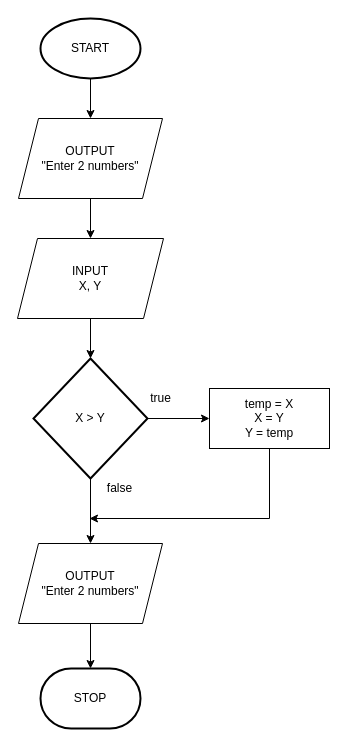
Earlier version of the draw.io diagram diagrams/exercise-9.drawio (aburke15/documentation). Source tidied: cells renumbered, new cells numbered last; positions are measured from the earlier drawing's top-left corner, leaving out a move shared by most shapes. Both pictures are drawn from the tidied source at 100%, with x=0, y=0 at pixel (17, 18).
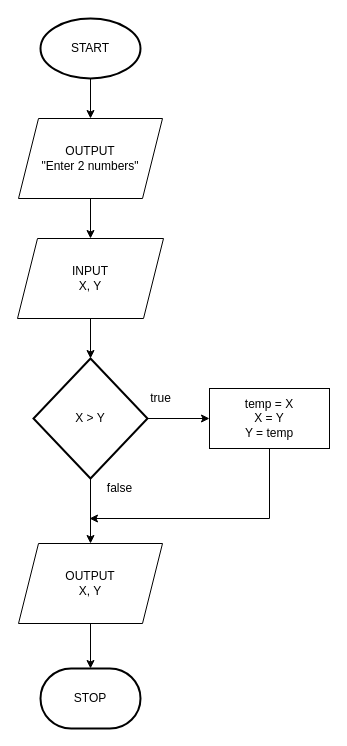
The same diagram, later.

What changed in the source:
```diff
@@
 <mxGraphModel>
   <root>
     <mxCell id="0" />
     <mxCell id="1" parent="0" />
     <mxCell id="2" style="edgeStyle=orthogonalEdgeStyle;rounded=0;jettySize=auto;html=1;entryX=0.5;entryY=0;entryDx=0;entryDy=0;" parent="1" edge="1" source="3" target="6">
       <mxGeometry relative="1" as="geometry" />
     </mxCell>
     <mxCell id="3" value="START" style="strokeWidth=2;html=1;shape=mxgraph.flowchart.start_1;whiteSpace=wrap;" parent="1" vertex="1">
       <mxGeometry x="23" width="100" height="60" as="geometry" />
     </mxCell>
     <mxCell id="4" value="STOP" style="strokeWidth=2;html=1;shape=mxgraph.flowchart.terminator;whiteSpace=wrap;" parent="1" vertex="1">
       <mxGeometry x="23" y="650" width="100" height="60" as="geometry" />
     </mxCell>
     <mxCell id="5" style="edgeStyle=orthogonalEdgeStyle;rounded=0;jettySize=auto;html=1;entryX=0.5;entryY=0;entryDx=0;entryDy=0;" parent="1" edge="1" source="6" target="8">
       <mxGeometry relative="1" as="geometry" />
     </mxCell>
     <mxCell id="6" value="OUTPUT&lt;br&gt;&quot;Enter 2 numbers&quot;" style="shape=parallelogram;perimeter=parallelogramPerimeter;whiteSpace=wrap;html=1;fixedSize=1;" parent="1" vertex="1">
       <mxGeometry x="1" y="100" width="144" height="80" as="geometry" />
     </mxCell>
     <mxCell id="7" style="edgeStyle=orthogonalEdgeStyle;rounded=0;jettySize=auto;html=1;entryX=0.5;entryY=0;entryDx=0;entryDy=0;entryPerimeter=0;" parent="1" edge="1" source="8" target="11">
       <mxGeometry relative="1" as="geometry" />
     </mxCell>
     <mxCell id="8" value="INPUT&lt;br&gt;X, Y" style="shape=parallelogram;perimeter=parallelogramPerimeter;whiteSpace=wrap;html=1;fixedSize=1;" parent="1" vertex="1">
       <mxGeometry y="220" width="146" height="80" as="geometry" />
     </mxCell>
     <mxCell id="9" style="edgeStyle=orthogonalEdgeStyle;rounded=0;jettySize=auto;html=1;" parent="1" edge="1" source="11" target="15">
       <mxGeometry relative="1" as="geometry" />
     </mxCell>
     <mxCell id="10" style="edgeStyle=orthogonalEdgeStyle;rounded=0;jettySize=auto;html=1;entryX=0.5;entryY=0;entryDx=0;entryDy=0;" parent="1" edge="1" source="11" target="13">
       <mxGeometry relative="1" as="geometry" />
     </mxCell>
     <mxCell id="11" value="X &amp;gt; Y" style="strokeWidth=2;html=1;shape=mxgraph.flowchart.decision;whiteSpace=wrap;" parent="1" vertex="1">
       <mxGeometry x="16" y="340" width="114" height="120" as="geometry" />
     </mxCell>
     <mxCell id="12" style="edgeStyle=orthogonalEdgeStyle;rounded=0;jettySize=auto;html=1;entryX=0.5;entryY=0;entryDx=0;entryDy=0;entryPerimeter=0;" parent="1" edge="1" source="13" target="4">
       <mxGeometry relative="1" as="geometry" />
     </mxCell>
-    <mxCell id="13" value="OUTPUT&lt;br&gt;&quot;Enter 2 numbers&quot;" style="shape=parallelogram;perimeter=parallelogramPerimeter;whiteSpace=wrap;html=1;fixedSize=1;" parent="1" vertex="1">
+    <mxCell id="13" value="OUTPUT&lt;br&gt;X, Y" style="shape=parallelogram;perimeter=parallelogramPerimeter;whiteSpace=wrap;html=1;fixedSize=1;" parent="1" vertex="1">
       <mxGeometry x="1" y="525" width="144" height="80" as="geometry" />
     </mxCell>
     <mxCell id="14" style="edgeStyle=orthogonalEdgeStyle;rounded=0;jettySize=auto;html=1;" parent="1" edge="1" source="15">
       <mxGeometry relative="1" as="geometry">
         <mxPoint x="72" y="500" as="targetPoint" />
         <Array as="points">
           <mxPoint x="252" y="500" />
         </Array>
       </mxGeometry>
     </mxCell>
     <mxCell id="15" value="temp = X&lt;br&gt;X = Y&lt;br&gt;Y = temp" style="rounded=0;whiteSpace=wrap;html=1;" parent="1" vertex="1">
       <mxGeometry x="192" y="370" width="120" height="60" as="geometry" />
     </mxCell>
     <mxCell id="16" value="true" style="text;html=1;align=center;verticalAlign=middle;strokeColor=none;fillColor=none;" parent="1" vertex="1">
       <mxGeometry x="123" y="370" width="40" height="20" as="geometry" />
     </mxCell>
     <mxCell id="17" value="false" style="text;html=1;align=center;verticalAlign=middle;strokeColor=none;fillColor=none;" parent="1" vertex="1">
       <mxGeometry x="82" y="460" width="40" height="20" as="geometry" />
     </mxCell>
   </root>
 </mxGraphModel>
```
